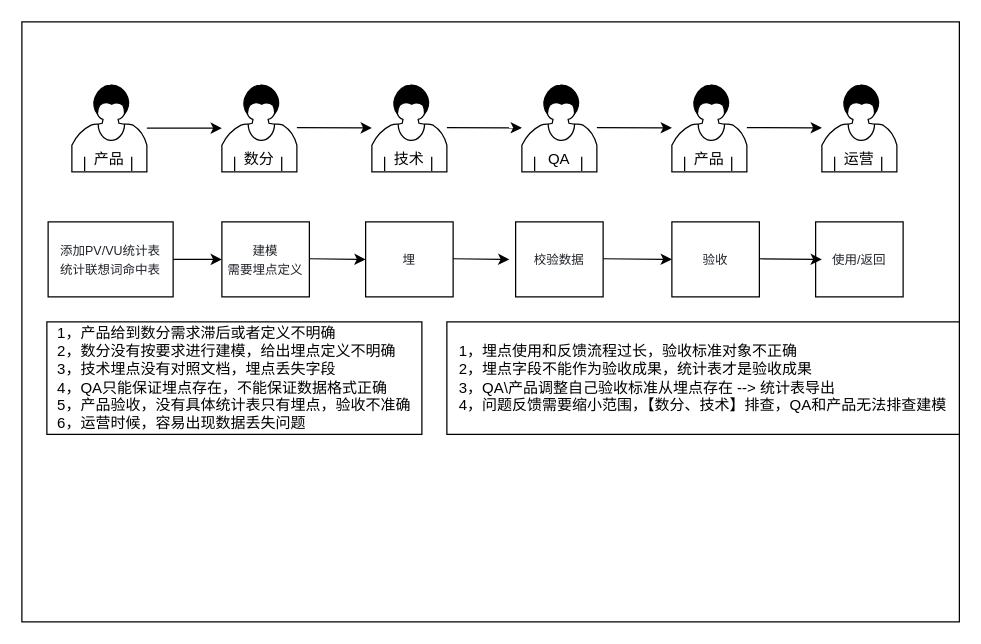
Before: 任务流转流程.drawio in aiquantong/Hero, a draw.io diagram. Source tidied: cells renumbered, new cells numbered last; positions are measured from the earlier drawing's top-left corner, leaving out a move shared by most shapes. Both pictures are drawn from the tidied source at 125%, with x=0, y=0 at pixel (21, 21).
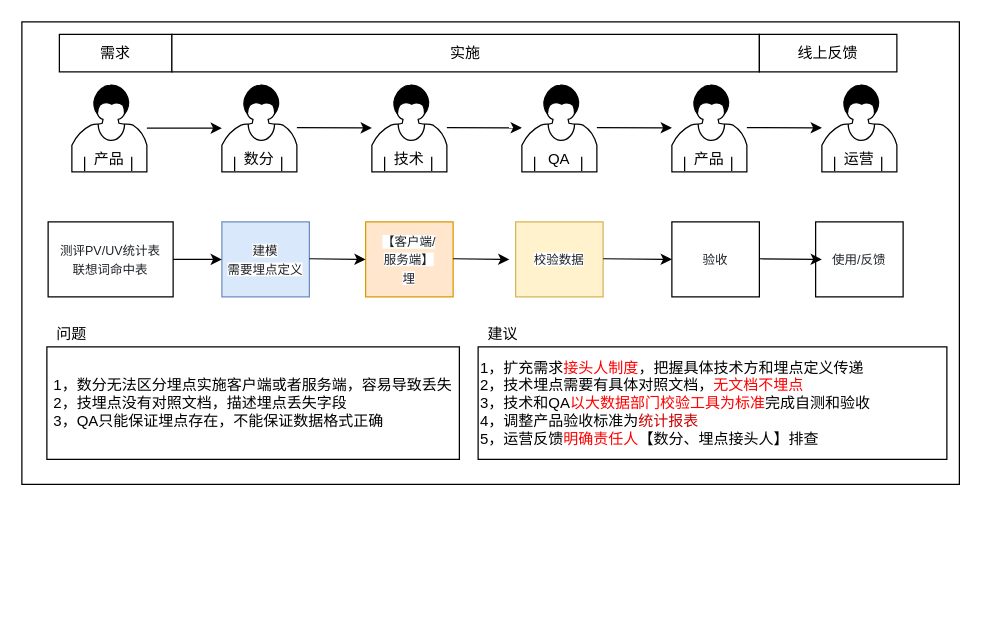
After the change.

Commit message:
Update 任务流转流程.drawio

The edit, as a diff of the source:
```diff
@@
     <mxCell id="2" style="rounded=0;whiteSpace=wrap;html=1;" parent="1" vertex="1">
-      <mxGeometry width="750" height="480" as="geometry" />
+      <mxGeometry width="750" height="370" as="geometry" />
     </mxCell>
@@
-    <mxCell id="20" value="&lt;font color=&quot;#1f2329&quot;&gt;&lt;span style=&quot;font-size: 10px ; background-color: rgb(255 , 255 , 255)&quot;&gt;添加PV/VU统计表&lt;br&gt;统计联想词命中表&lt;br&gt;&lt;/span&gt;&lt;/font&gt;" style="rounded=0;whiteSpace=wrap;html=1;" parent="1" vertex="1">
+    <mxCell id="20" value="&lt;font color=&quot;#1f2329&quot;&gt;&lt;span style=&quot;font-size: 10px ; background-color: rgb(255 , 255 , 255)&quot;&gt;测评PV/UV统计表&lt;br&gt;联想词命中表&lt;br&gt;&lt;/span&gt;&lt;/font&gt;" style="rounded=0;whiteSpace=wrap;html=1;" parent="1" vertex="1">
       <mxGeometry x="21" y="160" width="100" height="60" as="geometry" />
     </mxCell>
-    <mxCell id="21" value="&lt;font color=&quot;#1f2329&quot;&gt;&lt;span style=&quot;font-size: 10px ; background-color: rgb(255 , 255 , 255)&quot;&gt;建模&lt;br&gt;需要埋点定义&lt;br&gt;&lt;/span&gt;&lt;/font&gt;" style="rounded=0;whiteSpace=wrap;html=1;" parent="1" vertex="1">
+    <mxCell id="21" value="&lt;font color=&quot;#1f2329&quot;&gt;&lt;span style=&quot;font-size: 10px ; background-color: rgb(255 , 255 , 255)&quot;&gt;建模&lt;br&gt;需要埋点定义&lt;br&gt;&lt;/span&gt;&lt;/font&gt;" style="rounded=0;whiteSpace=wrap;html=1;fillColor=#dae8fc;strokeColor=#6c8ebf;" parent="1" vertex="1">
       <mxGeometry x="160" y="160" width="70" height="60" as="geometry" />
     </mxCell>
-    <mxCell id="22" value="&lt;font color=&quot;#1f2329&quot;&gt;&lt;span style=&quot;font-size: 10px ; background-color: rgb(255 , 255 , 255)&quot;&gt;埋&lt;br&gt;&lt;/span&gt;&lt;/font&gt;" style="rounded=0;whiteSpace=wrap;html=1;" parent="1" vertex="1">
+    <mxCell id="22" value="&lt;font color=&quot;#1f2329&quot;&gt;&lt;span style=&quot;font-size: 10px ; background-color: rgb(255 , 255 , 255)&quot;&gt;【客户端/&lt;br&gt;服务端】&lt;br&gt;埋&lt;br&gt;&lt;/span&gt;&lt;/font&gt;" style="rounded=0;whiteSpace=wrap;html=1;fillColor=#ffe6cc;strokeColor=#d79b00;" parent="1" vertex="1">
       <mxGeometry x="275" y="160" width="70" height="60" as="geometry" />
     </mxCell>
-    <mxCell id="23" value="&lt;font color=&quot;#1f2329&quot;&gt;&lt;span style=&quot;font-size: 10px ; background-color: rgb(255 , 255 , 255)&quot;&gt;校验数据&lt;br&gt;&lt;/span&gt;&lt;/font&gt;" style="rounded=0;whiteSpace=wrap;html=1;" parent="1" vertex="1">
+    <mxCell id="23" value="&lt;font color=&quot;#1f2329&quot;&gt;&lt;span style=&quot;font-size: 10px ; background-color: rgb(255 , 255 , 255)&quot;&gt;校验数据&lt;br&gt;&lt;/span&gt;&lt;/font&gt;" style="rounded=0;whiteSpace=wrap;html=1;fillColor=#fff2cc;strokeColor=#d6b656;" parent="1" vertex="1">
       <mxGeometry x="395" y="160" width="70" height="60" as="geometry" />
     </mxCell>
@@
-    <mxCell id="25" value="&lt;font color=&quot;#1f2329&quot;&gt;&lt;span style=&quot;font-size: 10px ; background-color: rgb(255 , 255 , 255)&quot;&gt;使用/返回&lt;br&gt;&lt;/span&gt;&lt;/font&gt;" style="rounded=0;whiteSpace=wrap;html=1;" parent="1" vertex="1">
+    <mxCell id="25" value="&lt;font color=&quot;#1f2329&quot;&gt;&lt;span style=&quot;font-size: 10px ; background-color: rgb(255 , 255 , 255)&quot;&gt;使用/反馈&lt;br&gt;&lt;/span&gt;&lt;/font&gt;" style="rounded=0;whiteSpace=wrap;html=1;" parent="1" vertex="1">
       <mxGeometry x="635" y="160" width="70" height="60" as="geometry" />
     </mxCell>
@@
-    <mxCell id="31" value="&lt;div style=&quot;text-align: left&quot;&gt;&lt;span&gt;1，产品给到数分需求滞后或者定义不明确&lt;/span&gt;&lt;/div&gt;&lt;div style=&quot;text-align: left&quot;&gt;&lt;span&gt;2，数分没有按要求进行建模，给出埋点定义不明确&lt;/span&gt;&lt;/div&gt;&lt;div style=&quot;text-align: left&quot;&gt;&lt;span&gt;3，技术埋点没有对照文档，埋点丢失字段&lt;/span&gt;&lt;/div&gt;&lt;div style=&quot;text-align: left&quot;&gt;&lt;span&gt;4，QA只能保证埋点存在，不能保证数据格式正确&lt;/span&gt;&lt;/div&gt;&lt;div style=&quot;text-align: left&quot;&gt;&lt;span&gt;5，产品验收，没有具体统计表只有埋点，验收不准确&lt;/span&gt;&lt;/div&gt;&lt;div style=&quot;text-align: left&quot;&gt;&lt;span&gt;6，运营时候，容易出现数据丢失问题&lt;/span&gt;&lt;/div&gt;" style="rounded=0;whiteSpace=wrap;html=1;" parent="1" vertex="1">
-      <mxGeometry x="20" y="240" width="300" height="90" as="geometry" />
+    <mxCell id="31" value="&lt;div style=&quot;text-align: left&quot;&gt;&lt;span&gt;1，数分无法区分埋点实施客户端或者服务端，容易导致丢失&lt;/span&gt;&lt;br&gt;&lt;/div&gt;&lt;div style=&quot;text-align: left&quot;&gt;&lt;span&gt;2，技埋点没有对照文档，描述埋点丢失字段&lt;/span&gt;&lt;/div&gt;&lt;div style=&quot;text-align: left&quot;&gt;&lt;span&gt;3，QA只能保证埋点存在，不能保证数据格式正确&lt;/span&gt;&lt;/div&gt;" style="rounded=0;whiteSpace=wrap;html=1;" parent="1" vertex="1">
+      <mxGeometry x="20" y="260" width="330" height="90" as="geometry" />
     </mxCell>
-    <mxCell id="32" value="&lt;div style=&quot;text-align: left&quot;&gt;1，埋点使用和反馈流程过长，验收标准对象不正确&lt;/div&gt;&lt;div style=&quot;text-align: left&quot;&gt;2，埋点字段不能作为验收成果，统计表才是验收成果&lt;br&gt;3，QA\产品调整自己验收标准从埋点存在 --&amp;gt; 统计表导出&lt;br&gt;4，问题反馈需要缩小范围，【数分、技术】排查，QA和产品无法排查建模&lt;/div&gt;" style="rounded=0;whiteSpace=wrap;html=1;" parent="1" vertex="1">
-      <mxGeometry x="340" y="240" width="410" height="90" as="geometry" />
+    <mxCell id="32" value="&lt;div&gt;1，扩充需求&lt;font color=&quot;#ff0000&quot;&gt;接头人制度&lt;/font&gt;，把握具体技术方和埋点定义传递&lt;/div&gt;&lt;div&gt;2，技术埋点需要有具体对照文档，&lt;font color=&quot;#ff0000&quot;&gt;无文档不埋点&lt;/font&gt;&lt;/div&gt;&lt;div&gt;3，技术和QA&lt;font color=&quot;#ff0000&quot;&gt;以大数据部门校验工具为标准&lt;/font&gt;完成自测和验收&lt;/div&gt;&lt;div&gt;4，调整产品验收标准为&lt;font color=&quot;#cc0000&quot;&gt;统计报表&lt;/font&gt;&lt;/div&gt;&lt;div&gt;&lt;div&gt;5，运营反馈&lt;font color=&quot;#ff0000&quot;&gt;明确责任人&lt;/font&gt;【数分、埋点接头人】排查&lt;/div&gt;&lt;/div&gt;" style="rounded=0;whiteSpace=wrap;html=1;align=left;" parent="1" vertex="1">
+      <mxGeometry x="365" y="260" width="375" height="90" as="geometry" />
     </mxCell>
+    <mxCell id="33" value="需求" style="rounded=0;whiteSpace=wrap;html=1;" parent="1" vertex="1">
+      <mxGeometry x="30" y="10" width="90" height="30" as="geometry" />
+    </mxCell>
+    <mxCell id="34" value="实施" style="rounded=0;whiteSpace=wrap;html=1;" parent="1" vertex="1">
+      <mxGeometry x="120" y="10" width="470" height="30" as="geometry" />
+    </mxCell>
+    <mxCell id="35" value="线上反馈" style="rounded=0;whiteSpace=wrap;html=1;" parent="1" vertex="1">
+      <mxGeometry x="590" y="10" width="110" height="30" as="geometry" />
+    </mxCell>
+    <mxCell id="36" value="问题" style="text;html=1;strokeColor=none;fillColor=none;align=center;verticalAlign=middle;whiteSpace=wrap;rounded=0;" parent="1" vertex="1">
+      <mxGeometry x="20" y="240" width="40" height="20" as="geometry" />
+    </mxCell>
+    <mxCell id="37" value="建议" style="text;html=1;strokeColor=none;fillColor=none;align=center;verticalAlign=middle;whiteSpace=wrap;rounded=0;" parent="1" vertex="1">
+      <mxGeometry x="365" y="240" width="40" height="20" as="geometry" />
+    </mxCell>
```
